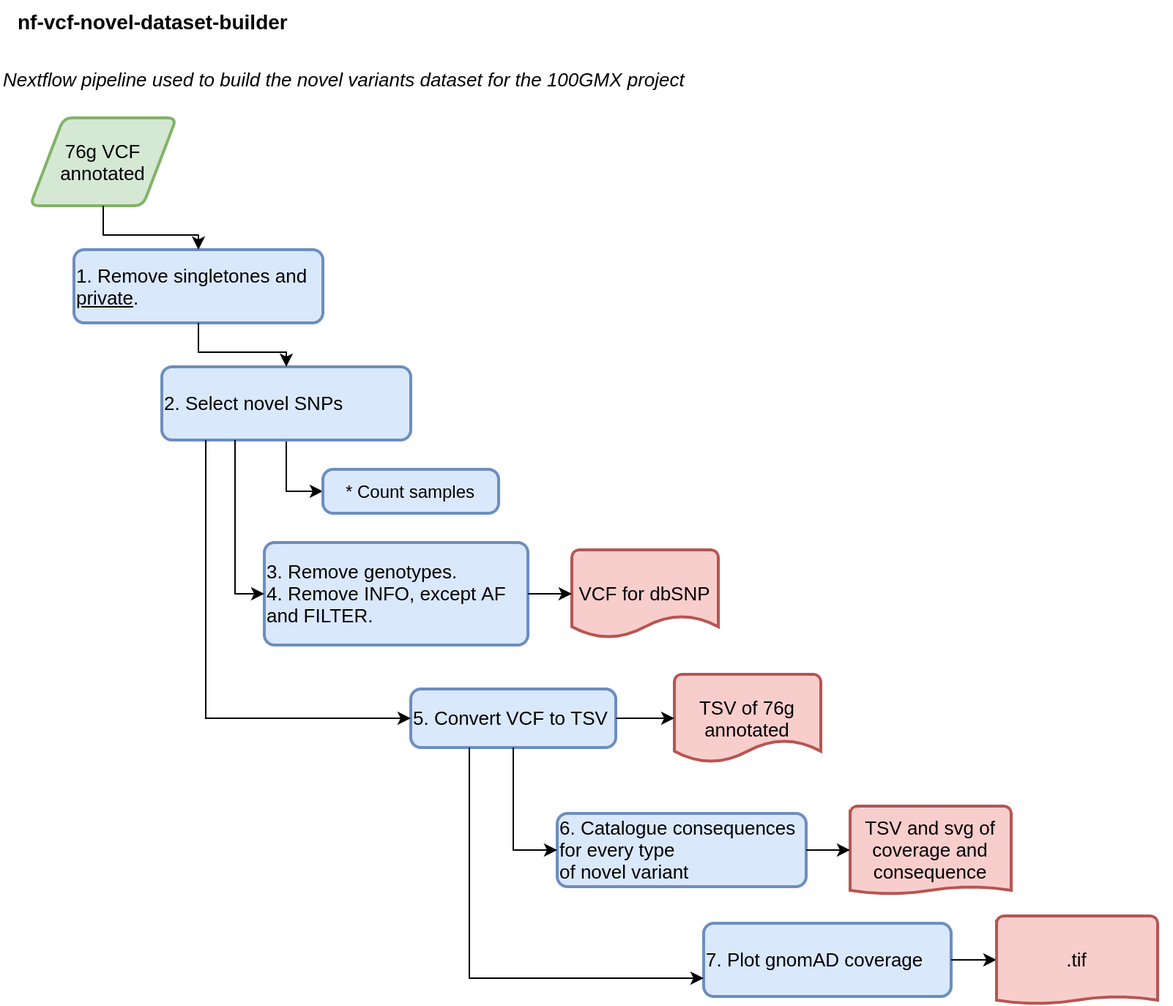
Before: dev_notes/Workflow.png, a diagram exported from draw.io (Iaguilaror/nf-vcf-novel-dataset-builder). Source tidied: cells renumbered, new cells last; positions are measured from the earlier drawing's top-left corner, leaving out a move shared by most shapes.
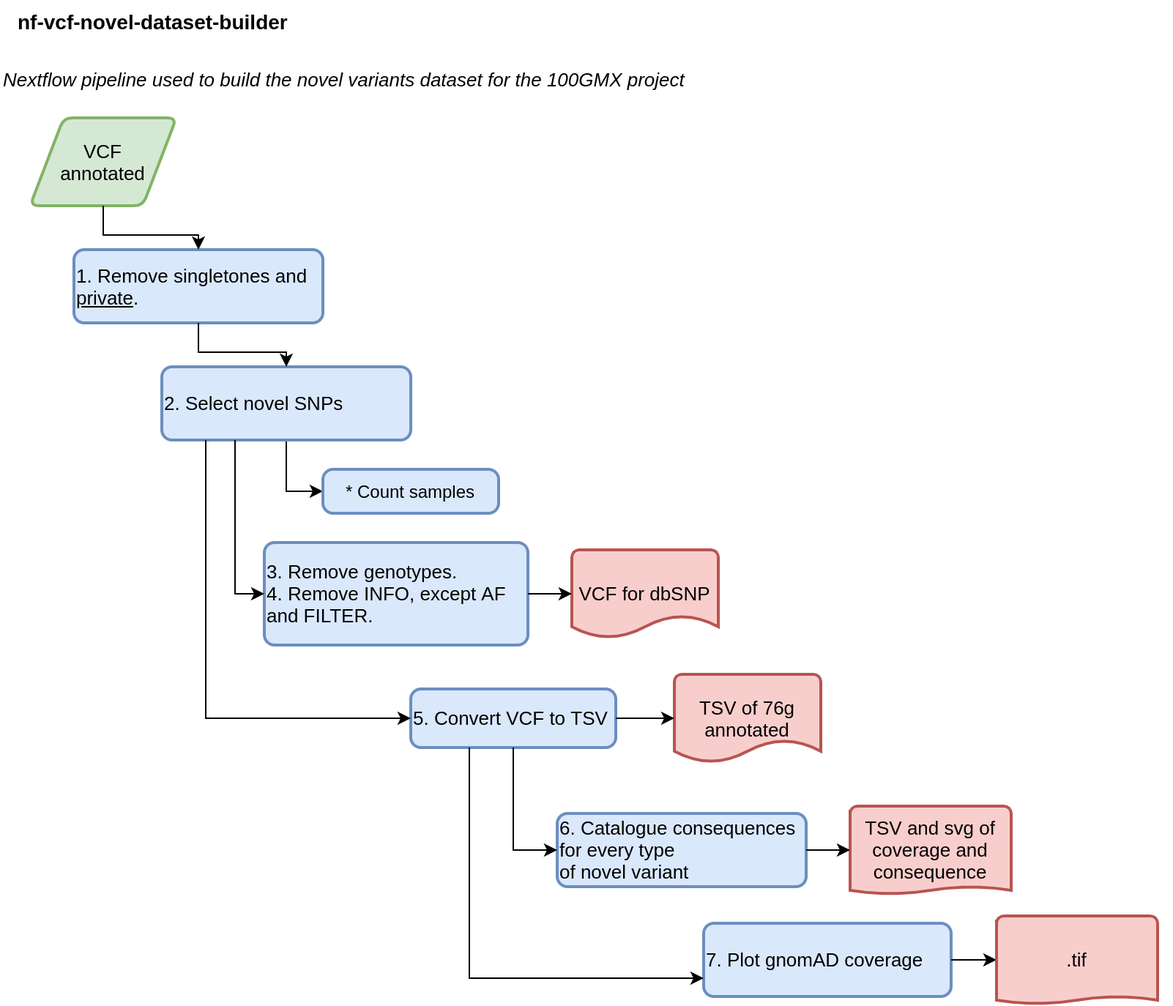
The same file after the commit.

Commit message:
Modifying workflow

The edit, as a diff of the source:
```diff
@@ -14,7 +14,7 @@
     <mxCell id="5" value="Nextflow pipeline used to build the novel variants dataset for the 100GMX project" style="text;html=1;fontSize=13;fontFamily=Helvetica;fontStyle=2;" parent="3" vertex="1">
       <mxGeometry y="40" width="490" height="30" as="geometry" />
     </mxCell>
-    <mxCell id="6" value="76g VCF&lt;br&gt;annotated" style="shape=parallelogram;html=1;strokeWidth=2;perimeter=parallelogramPerimeter;whiteSpace=wrap;rounded=1;arcSize=12;size=0.23;fontFamily=Helvetica;fontSize=13;align=center;fillColor=#d5e8d4;strokeColor=#82b366;" parent="3" vertex="1">
+    <mxCell id="6" value="VCF&lt;br&gt;annotated" style="shape=parallelogram;html=1;strokeWidth=2;perimeter=parallelogramPerimeter;whiteSpace=wrap;rounded=1;arcSize=12;size=0.23;fontFamily=Helvetica;fontSize=13;align=center;fillColor=#d5e8d4;strokeColor=#82b366;" parent="3" vertex="1">
       <mxGeometry x="20" y="80" width="100" height="60" as="geometry" />
     </mxCell>
     <mxCell id="7" value="1. Remove singletones and &lt;u&gt;private&lt;/u&gt;." style="rounded=1;whiteSpace=wrap;html=1;absoluteArcSize=1;arcSize=14;strokeWidth=2;fontFamily=Helvetica;fontSize=13;align=left;fillColor=#dae8fc;strokeColor=#6c8ebf;" parent="3" vertex="1">
```
